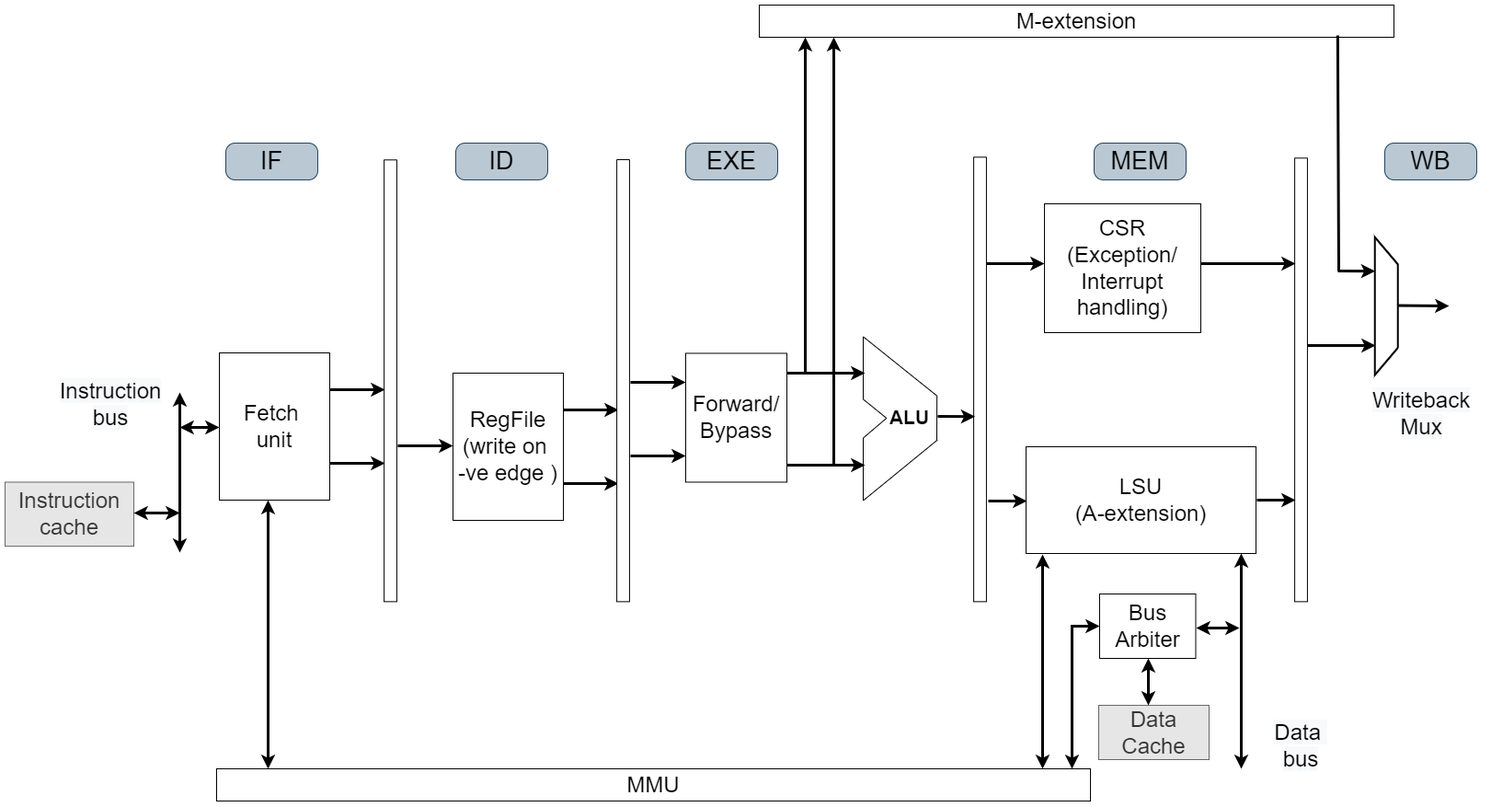
The draw.io diagram docs/pipeline.png in ee-uet/UETRV_Pcore_doc, before a commit. Source tidied: cells renumbered, new cells last; positions are measured from the earlier drawing's top-left corner, leaving out a move shared by most shapes.
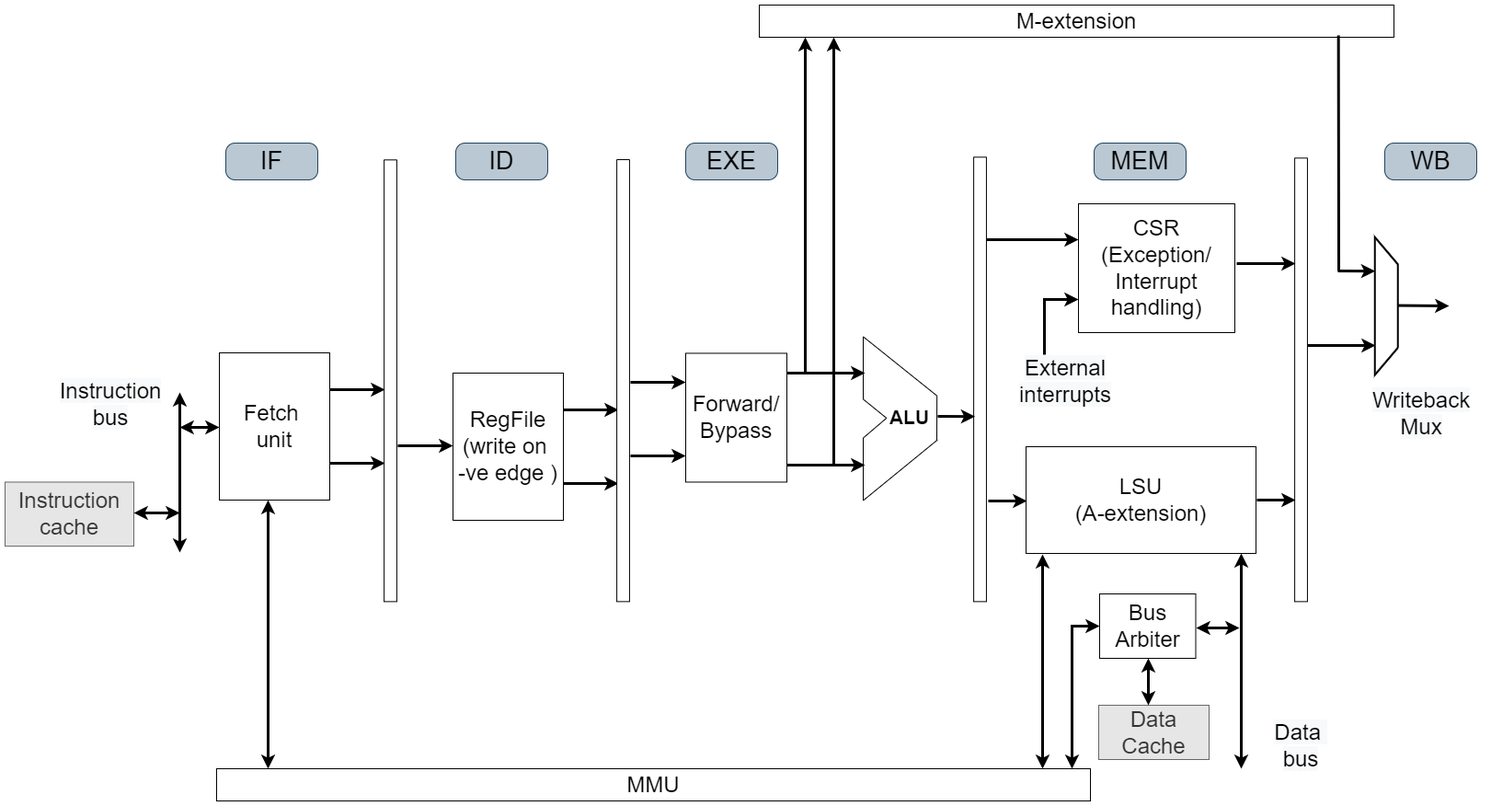
The same file after the commit.

Change to the diagram source:
```diff
@@ -111,7 +111,7 @@
       </mxGeometry>
     </mxCell>
     <mxCell id="24" value="CSR (Exception/ Interrupt handling)" style="rounded=0;whiteSpace=wrap;html=1;fontSize=24;" parent="2" vertex="1">
-      <mxGeometry x="1130" y="216" width="170" height="140" as="geometry" />
+      <mxGeometry x="1167" y="216" width="170" height="140" as="geometry" />
     </mxCell>
     <mxCell id="25" value="Data Cache" style="rounded=0;whiteSpace=wrap;html=1;fontSize=24;fillColor=#E6E6E6;fontColor=#333333;strokeColor=#666666;" parent="2" vertex="1">
       <mxGeometry x="1189" y="761" width="120" height="59" as="geometry" />
@@ -121,8 +121,8 @@
     </mxCell>
     <mxCell id="27" style="endArrow=classic;html=1;rounded=0;fontSize=24;strokeWidth=3;" parent="2" edge="1">
       <mxGeometry relative="1" as="geometry">
-        <mxPoint x="1067" y="281" as="sourcePoint" />
-        <mxPoint x="1130" y="281" as="targetPoint" />
+        <mxPoint x="1067" y="255" as="sourcePoint" />
+        <mxPoint x="1167" y="255" as="targetPoint" />
       </mxGeometry>
     </mxCell>
     <mxCell id="28" style="endArrow=classic;html=1;rounded=0;fontSize=24;strokeWidth=3;" parent="2" edge="1">
@@ -154,7 +154,7 @@
     </mxCell>
     <mxCell id="34" style="endArrow=classic;html=1;rounded=0;fontSize=24;strokeWidth=3;" parent="2" edge="1">
       <mxGeometry relative="1" as="geometry">
-        <mxPoint x="1300" y="281" as="sourcePoint" />
+        <mxPoint x="1339" y="281" as="sourcePoint" />
         <mxPoint x="1403" y="281" as="targetPoint" />
       </mxGeometry>
     </mxCell>
@@ -326,5 +326,17 @@
         </Array>
       </mxGeometry>
     </mxCell>
+    <mxCell id="64" style="endArrow=classic;html=1;rounded=0;fontSize=24;strokeWidth=3;" parent="2" edge="1">
+      <mxGeometry relative="1" as="geometry">
+        <mxPoint x="1130" y="380" as="sourcePoint" />
+        <mxPoint x="1167" y="320" as="targetPoint" />
+        <Array as="points">
+          <mxPoint x="1130" y="320" />
+        </Array>
+      </mxGeometry>
+    </mxCell>
+    <mxCell id="65" value="&lt;span style=&quot;color: rgb(0, 0, 0); font-family: Helvetica; font-size: 24px; font-style: normal; font-variant-ligatures: normal; font-variant-caps: normal; font-weight: 400; letter-spacing: normal; orphans: 2; text-indent: 0px; text-transform: none; widows: 2; word-spacing: 0px; -webkit-text-stroke-width: 0px; background-color: rgb(248, 249, 250); text-decoration-thickness: initial; text-decoration-style: initial; text-decoration-color: initial; float: none; display: inline !important;&quot;&gt;External interrupts&lt;/span&gt;" style="text;whiteSpace=wrap;html=1;align=center;" parent="2" vertex="1">
+      <mxGeometry x="1083" y="374.3" width="140" height="50" as="geometry" />
+    </mxCell>
   </root>
 </mxGraphModel>
```
